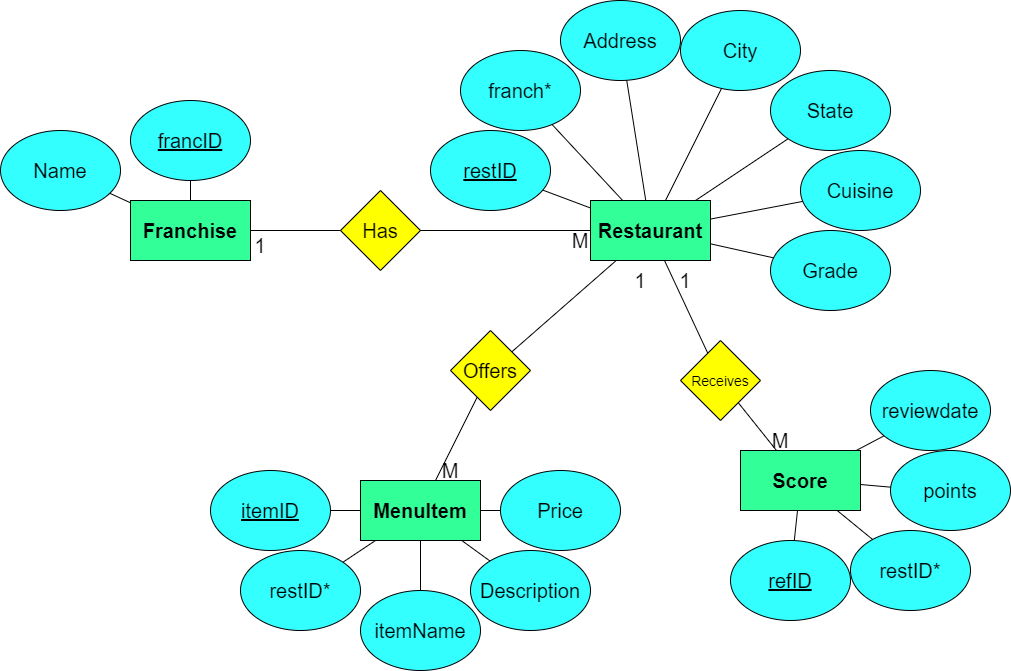
221024-NET/AkhilB keeps this draw.io diagram as 221024_batch/w9/2022_12_19_SQL/restaurants_erd.png. Above is the earlier version. Source tidied: cells renumbered, new cells last; positions are measured from the earlier drawing's top-left corner, leaving out a move shared by most shapes.
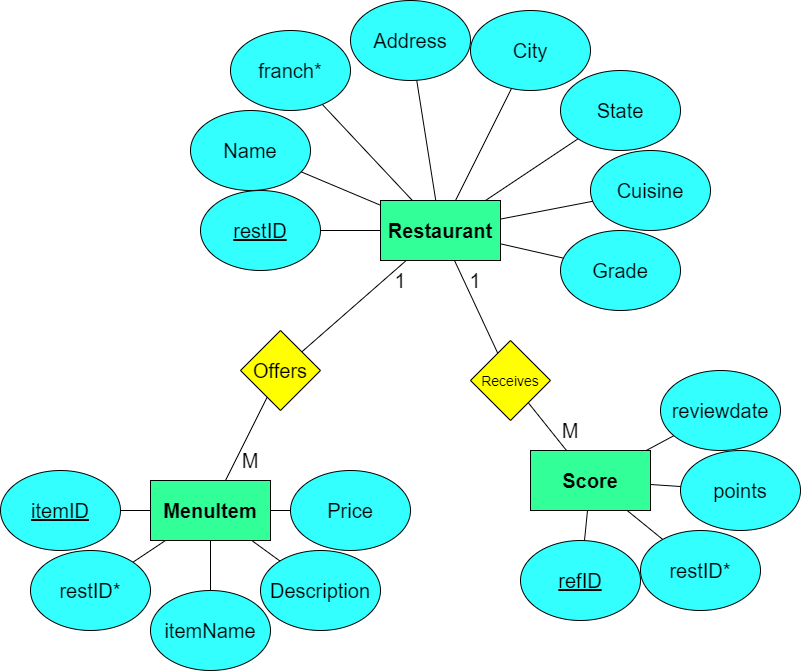
After the change.

Change to the diagram source:
```diff
@@ -2,17 +2,8 @@
   <root>
     <mxCell id="0" />
     <mxCell id="1" parent="0" />
-    <mxCell id="2" style="group;" parent="1" vertex="1">
-      <mxGeometry x="130" y="200" width="120" height="60" as="geometry" />
-    </mxCell>
-    <mxCell id="3" style="rounded=0;whiteSpace=wrap;html=1;fillColor=#33FF99;" parent="2" vertex="1">
-      <mxGeometry width="120" height="60" as="geometry" />
-    </mxCell>
-    <mxCell id="4" value="&lt;b&gt;&lt;font style=&quot;font-size: 20px;&quot;&gt;Franchise&lt;/font&gt;&lt;/b&gt;" style="text;html=1;strokeColor=none;fillColor=none;align=center;verticalAlign=middle;whiteSpace=wrap;rounded=0;" parent="2" vertex="1">
-      <mxGeometry x="10" y="10" width="100" height="40" as="geometry" />
-    </mxCell>
     <mxCell id="5" style="group;" parent="1" vertex="1">
-      <mxGeometry y="130" width="120" height="80" as="geometry" />
+      <mxGeometry x="400" y="110" width="120" height="80" as="geometry" />
     </mxCell>
     <mxCell id="6" style="ellipse;whiteSpace=wrap;html=1;fontSize=20;fillColor=#33FFFF;" parent="5" vertex="1">
       <mxGeometry width="120" height="80" as="geometry" />
@@ -20,38 +11,8 @@
     <mxCell id="7" value="Name" style="text;html=1;strokeColor=none;fillColor=none;align=center;verticalAlign=middle;whiteSpace=wrap;rounded=0;fontSize=20;" parent="5" vertex="1">
       <mxGeometry x="10" y="20" width="100" height="40" as="geometry" />
     </mxCell>
-    <mxCell id="8" style="group;" parent="1" vertex="1">
-      <mxGeometry x="130" y="100" width="120" height="80" as="geometry" />
-    </mxCell>
-    <mxCell id="9" style="ellipse;whiteSpace=wrap;html=1;fontSize=20;fillColor=#33FFFF;" parent="8" vertex="1">
-      <mxGeometry width="120" height="80" as="geometry" />
-    </mxCell>
-    <mxCell id="10" value="&lt;u&gt;francID&lt;/u&gt;" style="text;html=1;strokeColor=none;fillColor=none;align=center;verticalAlign=middle;whiteSpace=wrap;rounded=0;fontSize=20;" parent="8" vertex="1">
-      <mxGeometry x="10" y="20" width="100" height="40" as="geometry" />
-    </mxCell>
-    <mxCell id="11" style="group;" parent="1" vertex="1">
-      <mxGeometry x="340" y="190" width="80" height="80" as="geometry" />
-    </mxCell>
-    <mxCell id="12" style="rhombus;whiteSpace=wrap;html=1;fontSize=20;fillColor=#FFFF00;" parent="11" vertex="1">
-      <mxGeometry width="80" height="80" as="geometry" />
-    </mxCell>
-    <mxCell id="13" value="Has" style="text;html=1;strokeColor=none;fillColor=none;align=center;verticalAlign=middle;whiteSpace=wrap;rounded=0;fontSize=20;" parent="11" vertex="1">
-      <mxGeometry x="10" y="25" width="60" height="30" as="geometry" />
-    </mxCell>
-    <mxCell id="14" style="endArrow=none;html=1;rounded=0;fontSize=20;" parent="1" edge="1" source="3" target="12">
-      <mxGeometry relative="1" as="geometry" />
-    </mxCell>
-    <mxCell id="15" style="endArrow=none;html=1;rounded=0;fontSize=20;" parent="1" edge="1" source="91" target="12">
-      <mxGeometry relative="1" as="geometry" />
-    </mxCell>
-    <mxCell id="16" value="1" style="text;html=1;strokeColor=none;fillColor=none;align=center;verticalAlign=middle;whiteSpace=wrap;rounded=0;fontSize=20;" parent="1" vertex="1">
-      <mxGeometry x="250" y="230" width="20" height="30" as="geometry" />
-    </mxCell>
-    <mxCell id="17" value="M" style="text;html=1;strokeColor=none;fillColor=none;align=center;verticalAlign=middle;whiteSpace=wrap;rounded=0;fontSize=20;" parent="1" vertex="1">
-      <mxGeometry x="570" y="230" width="20" height="20" as="geometry" />
-    </mxCell>
     <mxCell id="18" style="group;" parent="1" vertex="1">
-      <mxGeometry x="430" y="130" width="120" height="80" as="geometry" />
+      <mxGeometry x="410" y="190" width="120" height="80" as="geometry" />
     </mxCell>
     <mxCell id="19" style="ellipse;whiteSpace=wrap;html=1;fontSize=20;fillColor=#33FFFF;" parent="18" vertex="1">
       <mxGeometry width="120" height="80" as="geometry" />
@@ -60,7 +21,7 @@
       <mxGeometry x="10" y="20" width="100" height="40" as="geometry" />
     </mxCell>
     <mxCell id="21" style="group;" parent="1" vertex="1">
-      <mxGeometry x="460" y="50" width="120" height="80" as="geometry" />
+      <mxGeometry x="440" y="30" width="120" height="80" as="geometry" />
     </mxCell>
     <mxCell id="22" style="ellipse;whiteSpace=wrap;html=1;fontSize=20;fillColor=#33FFFF;" parent="21" vertex="1">
       <mxGeometry width="120" height="80" as="geometry" />
@@ -122,12 +83,6 @@
     <mxCell id="41" style="endArrow=none;html=1;rounded=0;fontSize=20;" parent="1" edge="1" source="34" target="91">
       <mxGeometry relative="1" as="geometry" />
     </mxCell>
-    <mxCell id="42" style="endArrow=none;html=1;rounded=0;fontSize=20;" parent="1" edge="1" source="9" target="3">
-      <mxGeometry relative="1" as="geometry" />
-    </mxCell>
-    <mxCell id="43" style="endArrow=none;html=1;rounded=0;fontSize=20;" parent="1" edge="1" source="3" target="6">
-      <mxGeometry relative="1" as="geometry" />
-    </mxCell>
     <mxCell id="44" style="group;" parent="1" vertex="1">
       <mxGeometry x="450" y="330" width="80" height="80" as="geometry" />
     </mxCell>
@@ -144,10 +99,10 @@
       <mxGeometry relative="1" as="geometry" />
     </mxCell>
     <mxCell id="49" value="1" style="text;html=1;strokeColor=none;fillColor=none;align=center;verticalAlign=middle;whiteSpace=wrap;rounded=0;fontSize=20;" parent="1" vertex="1">
-      <mxGeometry x="630" y="270" width="20" height="20" as="geometry" />
+      <mxGeometry x="600" y="270" width="20" height="20" as="geometry" />
     </mxCell>
     <mxCell id="50" value="M" style="text;html=1;strokeColor=none;fillColor=none;align=center;verticalAlign=middle;whiteSpace=wrap;rounded=0;fontSize=20;" parent="1" vertex="1">
-      <mxGeometry x="440" y="460" width="20" height="20" as="geometry" />
+      <mxGeometry x="450" y="450" width="20" height="20" as="geometry" />
     </mxCell>
     <mxCell id="51" style="group;" parent="1" vertex="1">
       <mxGeometry x="210" y="470" width="120" height="80" as="geometry" />
@@ -264,7 +219,7 @@
       <mxGeometry x="670" y="270" width="30" height="20" as="geometry" />
     </mxCell>
     <mxCell id="89" value="M" style="text;html=1;strokeColor=none;fillColor=none;align=center;verticalAlign=middle;whiteSpace=wrap;rounded=0;fontSize=20;" parent="1" vertex="1">
-      <mxGeometry x="770" y="430" width="20" height="20" as="geometry" />
+      <mxGeometry x="770" y="420" width="20" height="20" as="geometry" />
     </mxCell>
     <mxCell id="90" style="group;" parent="1" vertex="1">
       <mxGeometry x="590" y="200" width="120" height="60" as="geometry" />
@@ -317,5 +272,8 @@
     <mxCell id="106" style="endArrow=none;html=1;rounded=0;" parent="1" edge="1" source="104" target="91">
       <mxGeometry relative="1" as="geometry" />
     </mxCell>
+    <mxCell id="107" style="endArrow=none;html=1;" parent="1" edge="1" source="91" target="6">
+      <mxGeometry relative="1" as="geometry" />
+    </mxCell>
   </root>
 </mxGraphModel>
```
